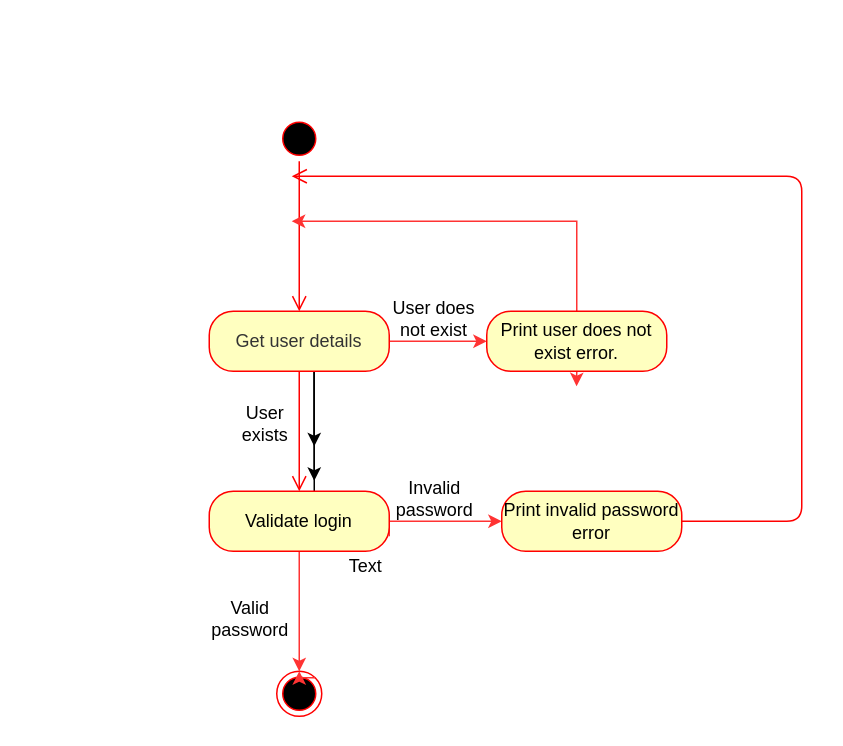
Before: diagrams/login_page_statechart.drawio in greenpeace-wits/Student-Success-Hub, a draw.io diagram. Source tidied: cells renumbered, new cells numbered last; positions are measured from the earlier drawing's top-left corner, leaving out a move shared by most shapes. Both pictures are drawn from the tidied source at 150%, with x=0, y=0 at pixel (208, 116).
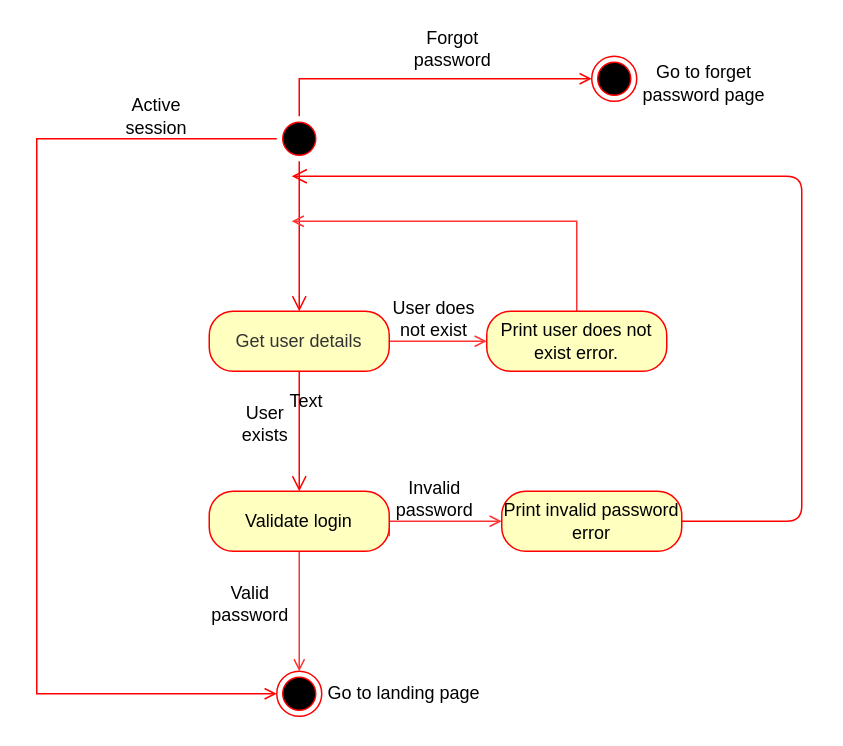
The same diagram, later.

Commit message:
updated login page statechart

added "forgot password" state and "active session" state

Unchanged cells that the change refers to:
```xml
<mxCell id="2" style="ellipse;html=1;shape=startState;fillColor=#000000;strokeColor=#ff0000;" parent="1" vertex="1">
  <mxGeometry x="45" width="30" height="30" as="geometry" />
</mxCell>
<mxCell id="9" value="&lt;span style=&quot;color: rgb(51 , 51 , 51)&quot;&gt;Get user details&lt;/span&gt;" style="rounded=1;whiteSpace=wrap;html=1;arcSize=40;fontColor=#000000;fillColor=#ffffc0;strokeColor=#ff0000;" parent="1" vertex="1">
  <mxGeometry y="130" width="120" height="40" as="geometry" />
</mxCell>
<mxCell id="13" value="Validate login" style="rounded=1;whiteSpace=wrap;html=1;arcSize=40;fontColor=#000000;fillColor=#ffffc0;strokeColor=#ff0000;" parent="1" vertex="1">
  <mxGeometry y="250" width="120" height="40" as="geometry" />
</mxCell>
<mxCell id="16" value="Print user does not exist error." style="rounded=1;whiteSpace=wrap;html=1;arcSize=40;fontColor=#000000;fillColor=#ffffc0;strokeColor=#ff0000;" parent="1" vertex="1">
  <mxGeometry x="185" y="130" width="120" height="40" as="geometry" />
</mxCell>
<mxCell id="17" value="Print invalid password error" style="rounded=1;whiteSpace=wrap;html=1;arcSize=40;fontColor=#000000;fillColor=#ffffc0;strokeColor=#ff0000;" parent="1" vertex="1">
  <mxGeometry x="195" y="250" width="120" height="40" as="geometry" />
</mxCell>
<mxCell id="19" style="ellipse;html=1;shape=endState;fillColor=#000000;strokeColor=#ff0000;" parent="1" vertex="1">
  <mxGeometry x="45" y="370" width="30" height="30" as="geometry" />
</mxCell>
```

Diff of the diagram source:
```diff
@@
+    <mxCell id="25" style="edgeStyle=orthogonalEdgeStyle;rounded=0;jettySize=auto;html=1;entryX=0;entryY=0.5;entryDx=0;entryDy=0;endArrow=open;endFill=0;strokeColor=#FF0000;" parent="1" edge="1" source="2" target="28">
+      <mxGeometry relative="1" as="geometry">
+        <Array as="points">
+          <mxPoint x="60" y="-25" />
+        </Array>
+      </mxGeometry>
+    </mxCell>
+    <mxCell id="26" style="edgeStyle=orthogonalEdgeStyle;rounded=0;jettySize=auto;html=1;endArrow=open;endFill=0;strokeColor=#FF0000;entryX=0;entryY=0.5;entryDx=0;entryDy=0;" parent="1" edge="1" source="2" target="19">
+      <mxGeometry relative="1" as="geometry">
+        <Array as="points">
+          <mxPoint x="-115" y="15" />
+          <mxPoint x="-115" y="385" />
+        </Array>
+      </mxGeometry>
+    </mxCell>
@@
-    <mxCell id="4" style="edgeStyle=orthogonalEdgeStyle;rounded=0;orthogonalLoop=1;jettySize=auto;html=1;" parent="1" edge="1">
-      <mxGeometry relative="1" as="geometry">
-        <mxPoint x="70" y="160" as="sourcePoint" />
-        <mxPoint x="70" y="260" as="targetPoint" />
-      </mxGeometry>
-    </mxCell>
-    <mxCell id="5" style="edgeStyle=orthogonalEdgeStyle;rounded=0;orthogonalLoop=1;jettySize=auto;html=1;" parent="1" edge="1">
-      <mxGeometry relative="1" as="geometry">
-        <mxPoint x="70" y="160" as="sourcePoint" />
-        <mxPoint x="70" y="220" as="targetPoint" />
-      </mxGeometry>
-    </mxCell>
-    <mxCell id="6" style="edgeStyle=orthogonalEdgeStyle;rounded=0;orthogonalLoop=1;jettySize=auto;html=1;entryX=0.5;entryY=0;entryDx=0;entryDy=0;endArrow=classic;endFill=1;" parent="1" edge="1">
-      <mxGeometry relative="1" as="geometry">
-        <mxPoint x="70" y="160" as="sourcePoint" />
-        <mxPoint x="70" y="243" as="targetPoint" />
-      </mxGeometry>
-    </mxCell>
-    <mxCell id="7" value="Text" style="text;html=1;align=center;verticalAlign=middle;" parent="1" vertex="1">
-      <mxGeometry x="84" y="290" width="40" height="20" as="geometry" />
-    </mxCell>
-    <mxCell id="8" style="edgeStyle=orthogonalEdgeStyle;rounded=0;jettySize=auto;html=1;entryX=0;entryY=0.5;entryDx=0;entryDy=0;endArrow=classic;endFill=1;strokeColor=#FF3333;" parent="1" edge="1" source="9" target="16">
+    <mxCell id="8" style="edgeStyle=orthogonalEdgeStyle;rounded=0;jettySize=auto;html=1;entryX=0;entryY=0.5;entryDx=0;entryDy=0;endArrow=open;endFill=0;strokeColor=#FF3333;" parent="1" edge="1" source="9" target="16">
       <mxGeometry relative="1" as="geometry" />
     </mxCell>
@@
-    <mxCell id="11" style="edgeStyle=orthogonalEdgeStyle;rounded=0;jettySize=auto;html=1;exitX=1;exitY=0.75;exitDx=0;exitDy=0;endArrow=classic;endFill=1;strokeColor=#FF3333;entryX=0;entryY=0.5;entryDx=0;entryDy=0;" parent="1" edge="1" source="13" target="17">
+    <mxCell id="11" style="edgeStyle=orthogonalEdgeStyle;rounded=0;jettySize=auto;html=1;exitX=1;exitY=0.75;exitDx=0;exitDy=0;endArrow=open;endFill=0;strokeColor=#FF3333;entryX=0;entryY=0.5;entryDx=0;entryDy=0;" parent="1" edge="1" source="13" target="17">
       <mxGeometry relative="1" as="geometry">
         <Array as="points">
           <mxPoint x="120" y="270" />
         </Array>
       </mxGeometry>
     </mxCell>
-    <mxCell id="12" style="edgeStyle=orthogonalEdgeStyle;rounded=0;jettySize=auto;html=1;exitX=0.5;exitY=1;exitDx=0;exitDy=0;entryX=0.5;entryY=0;entryDx=0;entryDy=0;endArrow=classic;endFill=1;strokeColor=#FF3333;" parent="1" edge="1" source="13" target="19">
+    <mxCell id="12" style="edgeStyle=orthogonalEdgeStyle;rounded=0;jettySize=auto;html=1;exitX=0.5;exitY=1;exitDx=0;exitDy=0;entryX=0.5;entryY=0;entryDx=0;entryDy=0;endArrow=open;endFill=0;strokeColor=#FF3333;" parent="1" edge="1" source="13" target="19">
       <mxGeometry relative="1" as="geometry" />
     </mxCell>
@@
-    <mxCell id="14" style="edgeStyle=orthogonalEdgeStyle;rounded=0;jettySize=auto;html=1;endArrow=classic;endFill=1;strokeColor=#FF3333;" parent="1" edge="1" source="16">
+    <mxCell id="14" style="edgeStyle=orthogonalEdgeStyle;rounded=0;jettySize=auto;html=1;endArrow=open;endFill=0;strokeColor=#FF3333;" parent="1" edge="1" source="16">
       <mxGeometry relative="1" as="geometry">
         <mxPoint x="55" y="70" as="targetPoint" />
         <Array as="points">
           <mxPoint x="245" y="70" />
         </Array>
       </mxGeometry>
     </mxCell>
-    <mxCell id="15" style="edgeStyle=orthogonalEdgeStyle;rounded=0;jettySize=auto;html=1;exitX=0.5;exitY=1;exitDx=0;exitDy=0;endArrow=classic;endFill=1;strokeColor=#FF3333;" parent="1" edge="1" source="16">
-      <mxGeometry relative="1" as="geometry">
-        <mxPoint x="244.9" y="180" as="targetPoint" />
-      </mxGeometry>
-    </mxCell>
@@
-    <mxCell id="20" style="edgeStyle=orthogonalEdgeStyle;rounded=0;orthogonalLoop=1;jettySize=auto;html=1;exitX=1;exitY=0;exitDx=0;exitDy=0;entryX=0.5;entryY=0;entryDx=0;entryDy=0;endArrow=classic;endFill=1;strokeColor=#FF3333;" parent="1" edge="1" source="19" target="19">
-      <mxGeometry relative="1" as="geometry" />
-    </mxCell>
@@
     <mxCell id="23" value="Valid password" style="text;html=1;strokeColor=none;fillColor=none;align=center;verticalAlign=middle;whiteSpace=wrap;rounded=0;fontColor=#000000;" parent="1" vertex="1">
-      <mxGeometry x="5" y="320" width="45" height="30" as="geometry" />
+      <mxGeometry x="5" y="310" width="45" height="30" as="geometry" />
     </mxCell>
@@
+    <mxCell id="27" value="Forgot password" style="text;html=1;strokeColor=none;fillColor=none;align=center;verticalAlign=middle;whiteSpace=wrap;rounded=0;fontColor=#000000;" parent="1" vertex="1">
+      <mxGeometry x="140" y="-60" width="45" height="30" as="geometry" />
+    </mxCell>
+    <mxCell id="28" style="ellipse;html=1;shape=endState;fillColor=#000000;strokeColor=#ff0000;" parent="1" vertex="1">
+      <mxGeometry x="255" y="-40" width="30" height="30" as="geometry" />
+    </mxCell>
+    <mxCell id="29" value="Go to forget password page" style="text;html=1;strokeColor=none;fillColor=none;align=center;verticalAlign=middle;whiteSpace=wrap;rounded=0;" parent="1" vertex="1">
+      <mxGeometry x="275" y="-40" width="110" height="35" as="geometry" />
+    </mxCell>
+    <mxCell id="7" value="Text" style="text;html=1;strokeColor=none;fillColor=none;align=center;verticalAlign=middle;whiteSpace=wrap;rounded=0;" parent="1" vertex="1">
+      <mxGeometry x="45" y="180" width="40" height="20" as="geometry" />
+    </mxCell>
+    <mxCell id="30" value="Go to landing page" style="text;html=1;strokeColor=none;fillColor=none;align=center;verticalAlign=middle;whiteSpace=wrap;rounded=0;" parent="1" vertex="1">
+      <mxGeometry x="75" y="367.5" width="110" height="35" as="geometry" />
+    </mxCell>
+    <mxCell id="31" value="Active session" style="text;html=1;strokeColor=none;fillColor=none;align=center;verticalAlign=middle;whiteSpace=wrap;rounded=0;" parent="1" vertex="1">
+      <mxGeometry x="-55" y="-10" width="40" height="20" as="geometry" />
+    </mxCell>
```
